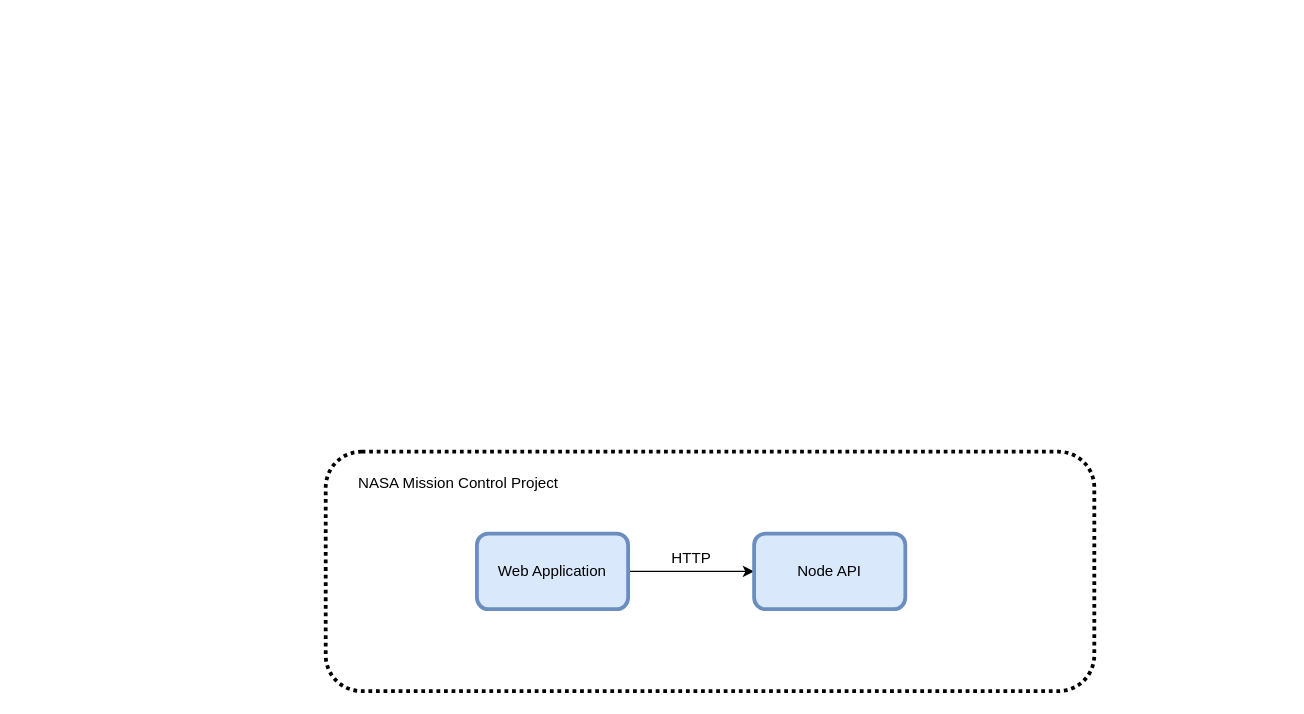
The draw.io diagram nodeJS/NASA Mission Control Architectural Diagram.drawio in luiscaceresd/projects, before the edit. Source tidied: cells renumbered, new cells numbered last; positions are measured from the earlier drawing's top-left corner, leaving out a move shared by most shapes. Both pictures are drawn from the tidied source at 126%, with x=0, y=0 at pixel (325, 451).
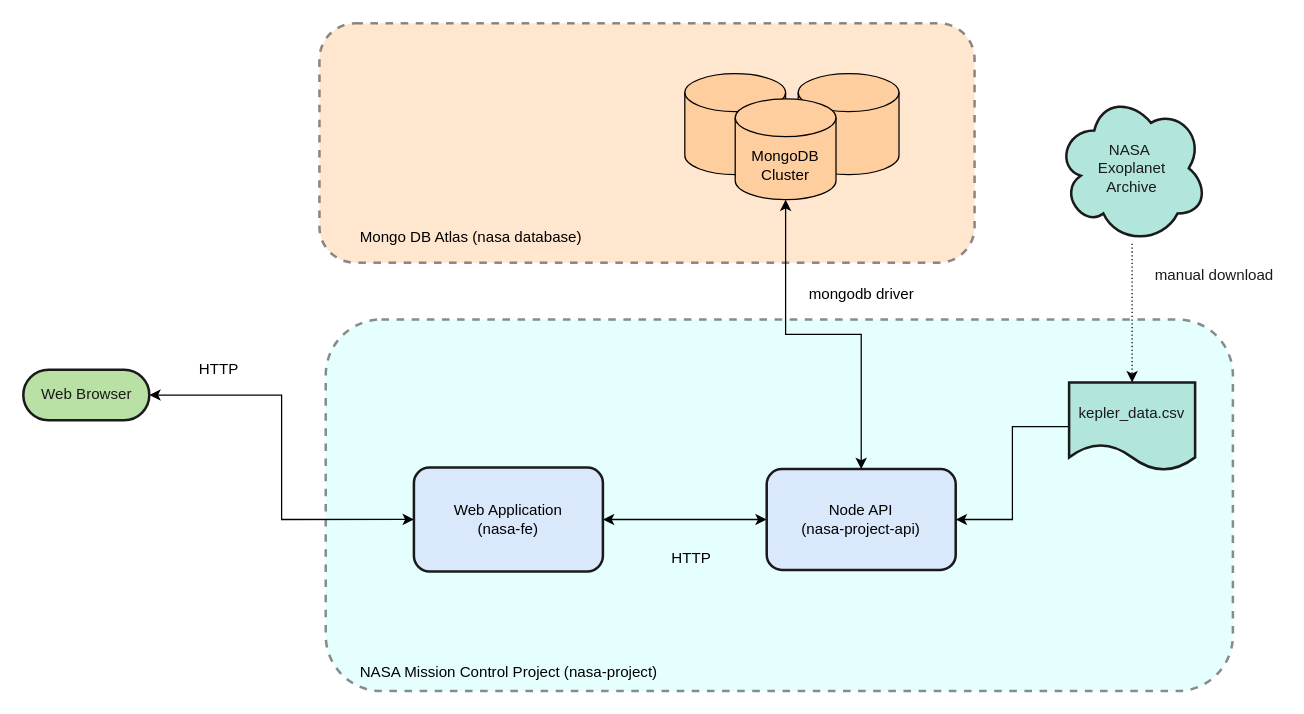
After the change.

Diff of the diagram source:
```diff
@@
-    <mxCell id="2" style="rounded=1;whiteSpace=wrap;html=1;labelBackgroundColor=none;strokeWidth=3;dashed=1;dashPattern=1 1;" parent="1" vertex="1">
-      <mxGeometry width="610" height="190" as="geometry" />
+    <mxCell id="2" style="rounded=1;whiteSpace=wrap;html=1;labelBackgroundColor=none;strokeWidth=2;dashed=1;fillColor=#CCFFFF;strokeColor=#1A1A1A;gradientColor=none;opacity=50;" parent="1" vertex="1">
+      <mxGeometry y="-105" width="720" height="295" as="geometry" />
     </mxCell>
-    <mxCell id="3" style="edgeStyle=orthogonalEdgeStyle;rounded=0;jettySize=auto;html=1;" parent="1" edge="1" source="4" target="5">
+    <mxCell id="3" style="edgeStyle=orthogonalEdgeStyle;rounded=0;jettySize=auto;html=1;startArrow=classic;startFill=1;" parent="1" edge="1" source="4" target="5">
       <mxGeometry relative="1" as="geometry" />
     </mxCell>
-    <mxCell id="4" value="Web Application" style="rounded=1;whiteSpace=wrap;html=1;labelBackgroundColor=none;strokeColor=#6c8ebf;strokeWidth=3;fillColor=#dae8fc;" parent="1" vertex="1">
-      <mxGeometry x="120" y="65" width="120" height="60" as="geometry" />
+    <mxCell id="4" value="Web Application&lt;br&gt;(nasa-fe)" style="rounded=1;whiteSpace=wrap;html=1;labelBackgroundColor=none;strokeColor=#1A1A1A;strokeWidth=2;fillColor=#dae8fc;" parent="1" vertex="1">
+      <mxGeometry x="70" y="12.5" width="150" height="82.5" as="geometry" />
     </mxCell>
-    <mxCell id="5" value="Node API" style="rounded=1;whiteSpace=wrap;html=1;labelBackgroundColor=none;strokeColor=#6c8ebf;strokeWidth=3;fillColor=#dae8fc;" parent="1" vertex="1">
-      <mxGeometry x="340" y="65" width="120" height="60" as="geometry" />
+    <mxCell id="5" value="Node API&lt;br&gt;(nasa-project-api)" style="rounded=1;whiteSpace=wrap;html=1;labelBackgroundColor=none;strokeColor=#1A1A1A;strokeWidth=2;fillColor=#dae8fc;" parent="1" vertex="1">
+      <mxGeometry x="350" y="13.8" width="150" height="80" as="geometry" />
     </mxCell>
@@
-    <mxCell id="7" value="NASA Mission Control Project" style="text;html=1;align=center;verticalAlign=middle;strokeColor=none;fillColor=none;" parent="1" vertex="1">
-      <mxGeometry x="20" y="15" width="170" height="20" as="geometry" />
+    <mxCell id="7" value="&lt;div style=&quot;text-align: justify&quot;&gt;&lt;span&gt;NASA Mission Control Project (nasa-project)&lt;/span&gt;&lt;/div&gt;" style="text;html=1;align=center;verticalAlign=middle;strokeColor=none;fillColor=none;" parent="1" vertex="1">
+      <mxGeometry x="20" y="165" width="250" height="20" as="geometry" />
     </mxCell>
+    <mxCell id="8" style="edgeStyle=orthogonalEdgeStyle;rounded=0;jettySize=auto;html=1;entryX=0;entryY=0.5;entryDx=0;entryDy=0;exitX=1;exitY=0.5;exitDx=0;exitDy=0;exitPerimeter=0;startArrow=classic;startFill=1;" parent="1" edge="1" source="10" target="4">
+      <mxGeometry relative="1" as="geometry" />
+    </mxCell>
+    <mxCell id="9" value="HTTP" style="text;html=1;align=center;verticalAlign=middle;strokeColor=none;fillColor=none;" parent="1" vertex="1">
+      <mxGeometry x="-110" y="-75" width="50" height="20" as="geometry" />
+    </mxCell>
+    <mxCell id="10" value="Web Browser" style="html=1;dashed=0;whitespace=wrap;shape=mxgraph.dfd.start;fontColor=#1A1A1A;strokeColor=#1A1A1A;fillColor=#B9E0A5;strokeWidth=2;" parent="1" vertex="1">
+      <mxGeometry x="-240" y="-65" width="100" height="40" as="geometry" />
+    </mxCell>
+    <mxCell id="11" style="edgeStyle=orthogonalEdgeStyle;rounded=0;jettySize=auto;html=1;fontColor=#1A1A1A;startArrow=none;startFill=0;" parent="1" edge="1" source="12" target="5">
+      <mxGeometry relative="1" as="geometry" />
+    </mxCell>
+    <mxCell id="12" value="kepler_data.csv" style="shape=document;whiteSpace=wrap;html=1;boundedLbl=1;dashed=0;flipH=1;fontColor=#1A1A1A;strokeColor=#1A1A1A;strokeWidth=2;fillColor=#B2E6DC;" parent="1" vertex="1">
+      <mxGeometry x="590" y="-55" width="100" height="70" as="geometry" />
+    </mxCell>
+    <mxCell id="13" style="edgeStyle=orthogonalEdgeStyle;rounded=0;jettySize=auto;html=1;fontColor=#1A1A1A;startArrow=none;startFill=0;dashed=1;endArrow=classic;endFill=1;dashPattern=1 2;entryX=0.5;entryY=0;entryDx=0;entryDy=0;" parent="1" edge="1" source="14" target="12">
+      <mxGeometry relative="1" as="geometry">
+        <Array as="points">
+          <mxPoint x="640" y="-75" />
+          <mxPoint x="640" y="-75" />
+        </Array>
+      </mxGeometry>
+    </mxCell>
+    <mxCell id="14" value="NASA&amp;nbsp;&lt;br&gt;Exoplanet&lt;br&gt;Archive" style="shape=cloud;whiteSpace=wrap;html=1;fontColor=#1A1A1A;strokeColor=#1A1A1A;strokeWidth=2;fillColor=#B2E6DC;" parent="1" vertex="1">
+      <mxGeometry x="580" y="-285" width="120" height="120" as="geometry" />
+    </mxCell>
+    <mxCell id="15" value="manual download" style="text;html=1;align=center;verticalAlign=middle;strokeColor=none;fillColor=none;fontColor=#1A1A1A;" parent="1" vertex="1">
+      <mxGeometry x="650" y="-150" width="110" height="20" as="geometry" />
+    </mxCell>
+    <mxCell id="16" style="group;" parent="1" vertex="1">
+      <mxGeometry x="285" y="-300" width="230" height="150" as="geometry" />
+    </mxCell>
+    <mxCell id="17" style="rounded=1;whiteSpace=wrap;html=1;labelBackgroundColor=none;strokeWidth=2;dashed=1;fillColor=#FFCE9F;strokeColor=#1A1A1A;gradientColor=none;opacity=50;" parent="16" vertex="1">
+      <mxGeometry x="-290" y="-40" width="520" height="190" as="geometry" />
+    </mxCell>
+    <mxCell id="18" style="shape=cylinder3;whiteSpace=wrap;html=1;boundedLbl=1;backgroundOutline=1;size=15;fillColor=#FFCE9F;" parent="16" vertex="1">
+      <mxGeometry width="80" height="80" as="geometry" />
+    </mxCell>
+    <mxCell id="19" style="shape=cylinder3;whiteSpace=wrap;html=1;boundedLbl=1;backgroundOutline=1;size=15;fillColor=#FFCE9F;" parent="16" vertex="1">
+      <mxGeometry x="90" width="80" height="80" as="geometry" />
+    </mxCell>
+    <mxCell id="20" value="MongoDB&lt;br&gt;Cluster" style="shape=cylinder3;whiteSpace=wrap;html=1;boundedLbl=1;backgroundOutline=1;size=15;fillColor=#FFCE9F;" parent="16" vertex="1">
+      <mxGeometry x="40" y="20" width="80" height="80" as="geometry" />
+    </mxCell>
+    <mxCell id="21" value="&lt;font color=&quot;#000000&quot;&gt;Mongo DB Atlas (nasa database)&lt;/font&gt;" style="text;html=1;align=center;verticalAlign=middle;strokeColor=none;fillColor=none;fontColor=#FFB570;" parent="1" vertex="1">
+      <mxGeometry x="20" y="-180" width="190" height="20" as="geometry" />
+    </mxCell>
+    <mxCell id="22" style="edgeStyle=orthogonalEdgeStyle;rounded=0;jettySize=auto;html=1;fontColor=#000000;startArrow=classic;startFill=1;" parent="1" edge="1" source="20" target="5">
+      <mxGeometry relative="1" as="geometry" />
+    </mxCell>
+    <mxCell id="23" value="mongodb driver" style="text;html=1;align=center;verticalAlign=middle;strokeColor=none;fillColor=none;fontColor=#000000;" parent="1" vertex="1">
+      <mxGeometry x="375" y="-135" width="100" height="20" as="geometry" />
+    </mxCell>
```
